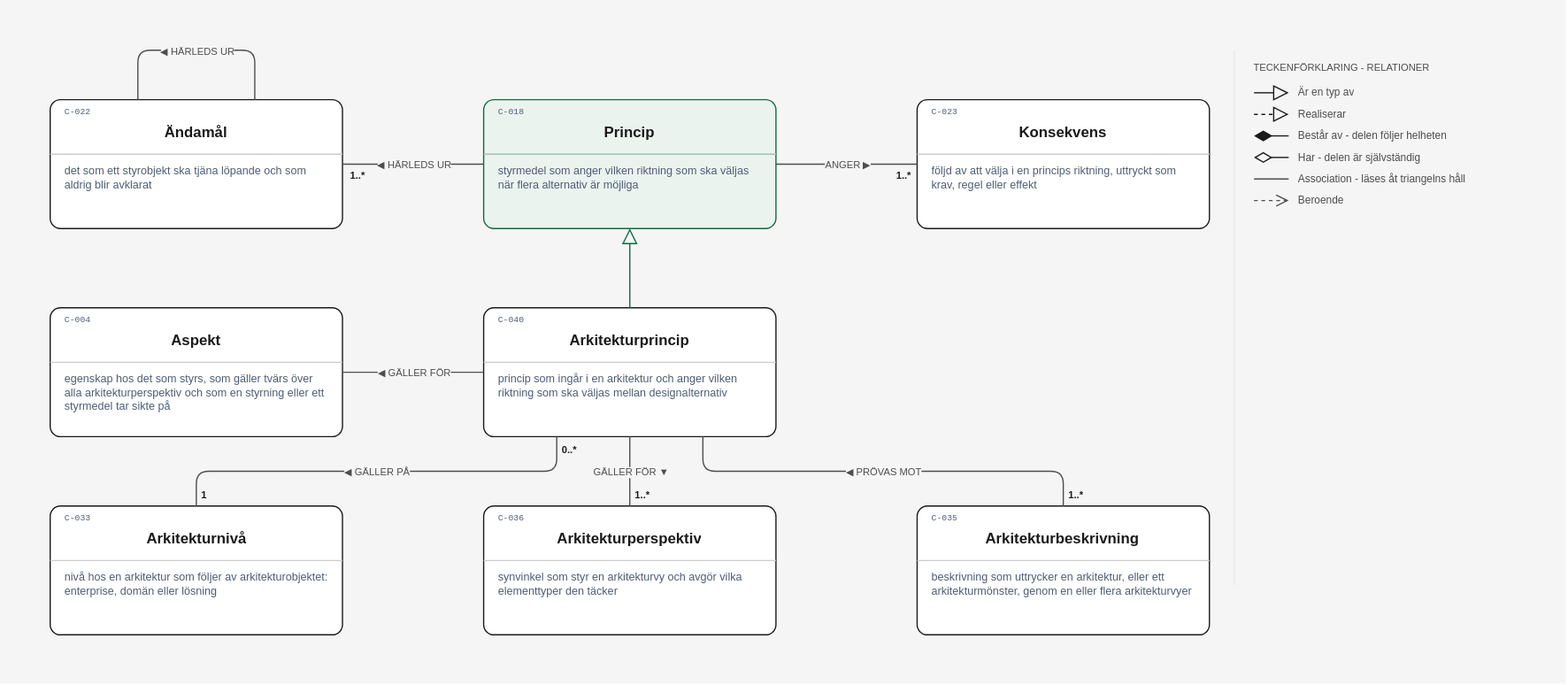
The draw.io diagram layout/Princip detalj.drawio.svg in nickdin/gestaltadet-katalog, before a commit. Source tidied: cells renumbered, new cells last; positions are measured from the earlier drawing's top-left corner, leaving out a move shared by most shapes.
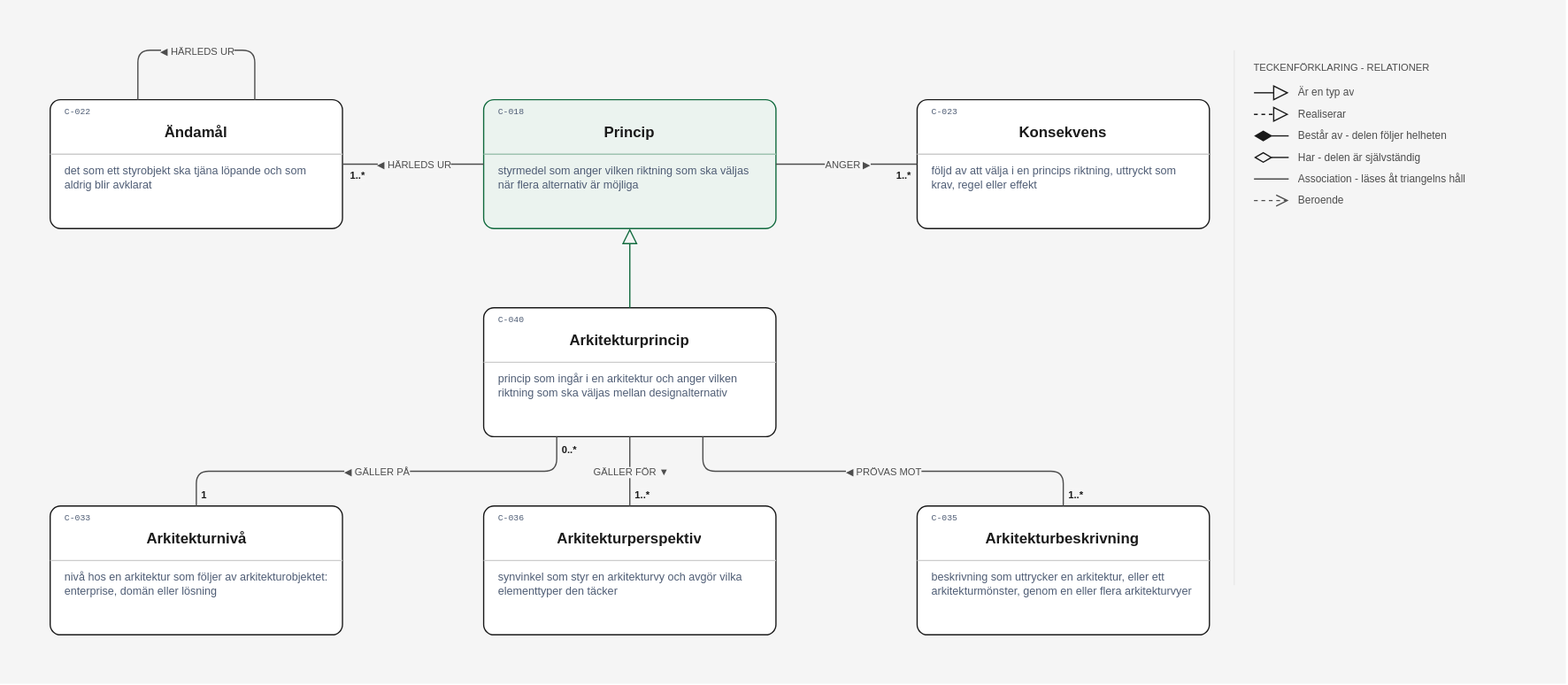
The same diagram one commit later.

Commit message:
Arkitekturprincip (C-040) gäller för Aspekt (C-004): pilen och rutan Aspekt bort ur Princip detalj och Begreppsmodell arkitekturprinciper, som ADR 0037 avgjorde (#103)

ADR 0037 avvisade relationen: arkitekturprincipen anger de perspektiv den gäller, inga aspekter, och Aspekts definition säger redan att ett styrmedel tar sikte på en aspekt. Rutan Aspekt stod i ritningarna bara för pilen. Ger #71 Styrmedel (C-015) en relation till Aspekt ritas den in då. Avgjort i grillningen av #90–#113 den 9 november 2026.

Claude-Session: https://claude.ai/code/session_014hgawNBSmezrcKX8vMpay7

Diff of the diagram source:
```diff
@@ -278,33 +278,6 @@
     <mxCell id="75" value="◀ PRÖVAS MOT" style="edgeLabel;html=1;align=center;verticalAlign=middle;fontFamily=Helvetica;fontSize=8;fontColor=#4d4d4d;fontStyle=0;labelBackgroundColor=#f5f5f5;" parent="73" vertex="1">
       <mxGeometry relative="1" as="geometry" />
     </mxCell>
-    <mxCell id="76" style="group;" parent="1" vertex="1">
-      <mxGeometry x="40" y="248" width="236" height="104" as="geometry" />
-    </mxCell>
-    <mxCell id="77" style="rounded=1;arcSize=8;whiteSpace=wrap;html=1;fillColor=#ffffff;strokeColor=#1a1a1a;strokeWidth=1;" parent="76" vertex="1">
-      <mxGeometry width="236" height="104" as="geometry" />
-    </mxCell>
-    <mxCell id="78" value="Aspekt" style="text;html=1;strokeColor=none;fillColor=none;align=center;verticalAlign=middle;whiteSpace=wrap;overflow=hidden;fontFamily=Helvetica;fontSize=12;fontColor=#1a1a1a;fontStyle=1;spacing=0;" parent="76" vertex="1">
-      <mxGeometry x="12" y="18" width="212" height="18" as="geometry" />
-    </mxCell>
-    <mxCell id="79" style="endArrow=none;html=1;strokeColor=#cccccc;" parent="76" edge="1">
-      <mxGeometry relative="1" as="geometry">
-        <mxPoint y="44" as="sourcePoint" />
-        <mxPoint x="236" y="44" as="targetPoint" />
-      </mxGeometry>
-    </mxCell>
-    <mxCell id="80" value="C-004" style="text;html=1;strokeColor=none;fillColor=none;align=left;verticalAlign=middle;whiteSpace=wrap;overflow=hidden;fontFamily=Courier New;fontSize=7;fontColor=#4f5d75;spacing=0;" parent="76" vertex="1">
-      <mxGeometry x="12" y="5" width="60" height="10" as="geometry" />
-    </mxCell>
-    <mxCell id="81" value="egenskap hos det som styrs, som gäller tvärs över alla arkitekturperspektiv och som en styrning eller ett styrmedel tar sikte på" style="text;html=1;strokeColor=none;fillColor=none;align=left;verticalAlign=top;whiteSpace=wrap;overflow=hidden;fontFamily=Helvetica;fontSize=9;fontColor=#4f5d75;spacing=0;spacingTop=0;" parent="76" vertex="1">
-      <mxGeometry x="12" y="48" width="212" height="37" as="geometry" />
-    </mxCell>
-    <mxCell id="82" style="edgeStyle=orthogonalEdgeStyle;rounded=1;html=1;strokeColor=#4d4d4d;strokeWidth=1;endArrow=none;endSize=8;exitX=0;exitY=0.5;exitDx=0;exitDy=0;entryX=1;entryY=0.5;entryDx=0;entryDy=0;jumpStyle=line;" parent="1" edge="1" source="22" target="77">
-      <mxGeometry relative="1" as="geometry" />
-    </mxCell>
-    <mxCell id="83" value="◀ GÄLLER FÖR" style="edgeLabel;html=1;align=center;verticalAlign=middle;fontFamily=Helvetica;fontSize=8;fontColor=#4d4d4d;fontStyle=0;labelBackgroundColor=#f5f5f5;" parent="82" vertex="1">
-      <mxGeometry relative="1" as="geometry" />
-    </mxCell>
     <mxCell id="84" style="edgeStyle=orthogonalEdgeStyle;rounded=1;html=1;strokeColor=#4d4d4d;strokeWidth=1;endArrow=none;endSize=8;exitX=0.7;exitY=0.0;exitDx=0;exitDy=0;entryX=0.3;entryY=0.0;entryDx=0;entryDy=0;jumpStyle=line;" parent="1" edge="1" source="4" target="4">
       <mxGeometry relative="1" as="geometry">
         <Array as="points">
```
